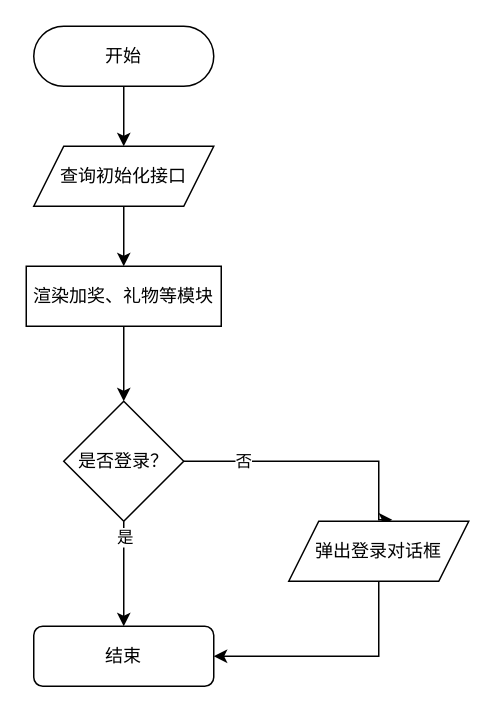
This is Untitled Diagram.drawio from Yangholmes/drawioDraft, a draw.io file, before an edit. Source tidied: cells renumbered, new cells numbered last; positions are measured from the earlier drawing's top-left corner, leaving out a move shared by most shapes. Both pictures are drawn from the tidied source at 150%, with x=0, y=0 at pixel (26, 26).
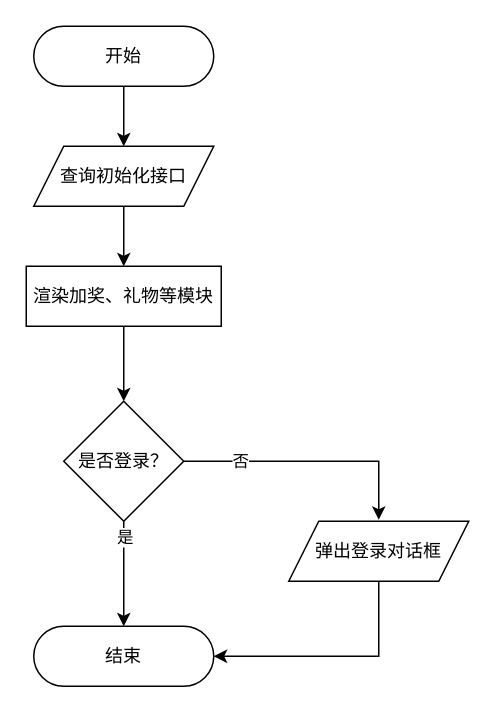
The same page after the edit.

The edit, as a diff of the source:
```diff
@@
 <mxGraphModel>
   <root>
     <mxCell id="0" />
     <mxCell id="1" parent="0" />
     <mxCell id="2" style="edgeStyle=orthogonalEdgeStyle;rounded=0;jettySize=auto;html=1;exitX=0.5;exitY=1;exitDx=0;exitDy=0;entryX=0.5;entryY=0;entryDx=0;entryDy=0;" parent="1" edge="1" source="3" target="5">
       <mxGeometry relative="1" as="geometry" />
     </mxCell>
     <mxCell id="3" value="开始" style="rounded=1;whiteSpace=wrap;html=1;fontSize=12;glass=0;strokeWidth=1;shadow=0;arcSize=50;" parent="1" vertex="1">
       <mxGeometry x="5" width="120" height="40" as="geometry" />
     </mxCell>
     <mxCell id="4" style="edgeStyle=orthogonalEdgeStyle;rounded=0;jettySize=auto;html=1;exitX=0.5;exitY=1;exitDx=0;exitDy=0;entryX=0.5;entryY=0;entryDx=0;entryDy=0;" parent="1" edge="1" source="5" target="14">
       <mxGeometry relative="1" as="geometry" />
     </mxCell>
     <mxCell id="5" value="查询初始化接口" style="shape=parallelogram;perimeter=parallelogramPerimeter;whiteSpace=wrap;html=1;fixedSize=1;" parent="1" vertex="1">
       <mxGeometry x="5" y="80" width="120" height="40" as="geometry" />
     </mxCell>
     <mxCell id="6" style="edgeStyle=orthogonalEdgeStyle;rounded=0;jettySize=auto;html=1;exitX=0.5;exitY=1;exitDx=0;exitDy=0;entryX=0.5;entryY=0;entryDx=0;entryDy=0;" parent="1" edge="1" source="10" target="15">
       <mxGeometry relative="1" as="geometry" />
     </mxCell>
     <mxCell id="7" value="是" style="edgeLabel;html=1;align=center;verticalAlign=middle;" parent="6" vertex="1">
       <mxGeometry x="-0.71" relative="1" as="geometry" />
     </mxCell>
-    <mxCell id="8" style="edgeStyle=orthogonalEdgeStyle;rounded=0;jettySize=auto;html=1;exitX=1;exitY=0.5;exitDx=0;exitDy=0;entryX=0.575;entryY=-0.025;entryDx=0;entryDy=0;entryPerimeter=0;" parent="1" edge="1" source="10" target="12">
+    <mxCell id="8" style="edgeStyle=orthogonalEdgeStyle;rounded=0;jettySize=auto;html=1;exitX=1;exitY=0.5;exitDx=0;exitDy=0;" parent="1" edge="1" source="10">
       <mxGeometry relative="1" as="geometry">
+        <mxPoint x="235" y="329" as="targetPoint" />
         <Array as="points">
           <mxPoint x="235" y="290" />
-          <mxPoint x="235" y="329" />
         </Array>
       </mxGeometry>
     </mxCell>
     <mxCell id="9" value="否" style="edgeLabel;html=1;align=center;verticalAlign=middle;" parent="8" vertex="1">
       <mxGeometry x="-0.56" y="1" relative="1" as="geometry" />
     </mxCell>
     <mxCell id="10" value="是否登录？" style="rhombus;whiteSpace=wrap;html=1;" parent="1" vertex="1">
       <mxGeometry x="25" y="250" width="80" height="80" as="geometry" />
     </mxCell>
     <mxCell id="11" style="edgeStyle=orthogonalEdgeStyle;rounded=0;jettySize=auto;html=1;exitX=0.5;exitY=1;exitDx=0;exitDy=0;entryX=1;entryY=0.5;entryDx=0;entryDy=0;" parent="1" edge="1" source="12" target="15">
       <mxGeometry relative="1" as="geometry" />
     </mxCell>
     <mxCell id="12" value="弹出登录对话框" style="shape=parallelogram;perimeter=parallelogramPerimeter;whiteSpace=wrap;html=1;fixedSize=1;" parent="1" vertex="1">
       <mxGeometry x="175" y="330" width="120" height="40" as="geometry" />
     </mxCell>
     <mxCell id="13" style="edgeStyle=orthogonalEdgeStyle;rounded=0;jettySize=auto;html=1;exitX=0.5;exitY=1;exitDx=0;exitDy=0;entryX=0.5;entryY=0;entryDx=0;entryDy=0;" parent="1" edge="1" source="14" target="10">
       <mxGeometry relative="1" as="geometry" />
     </mxCell>
     <mxCell id="14" value="渲染加奖、礼物等模块" style="rounded=0;whiteSpace=wrap;html=1;" parent="1" vertex="1">
       <mxGeometry y="160" width="130" height="40" as="geometry" />
     </mxCell>
-    <mxCell id="15" value="结束" style="rounded=1;whiteSpace=wrap;html=1;" parent="1" vertex="1">
+    <mxCell id="15" value="结束" style="rounded=1;whiteSpace=wrap;html=1;arcSize=50;" parent="1" vertex="1">
       <mxGeometry x="5" y="400" width="120" height="40" as="geometry" />
     </mxCell>
   </root>
 </mxGraphModel>
```
